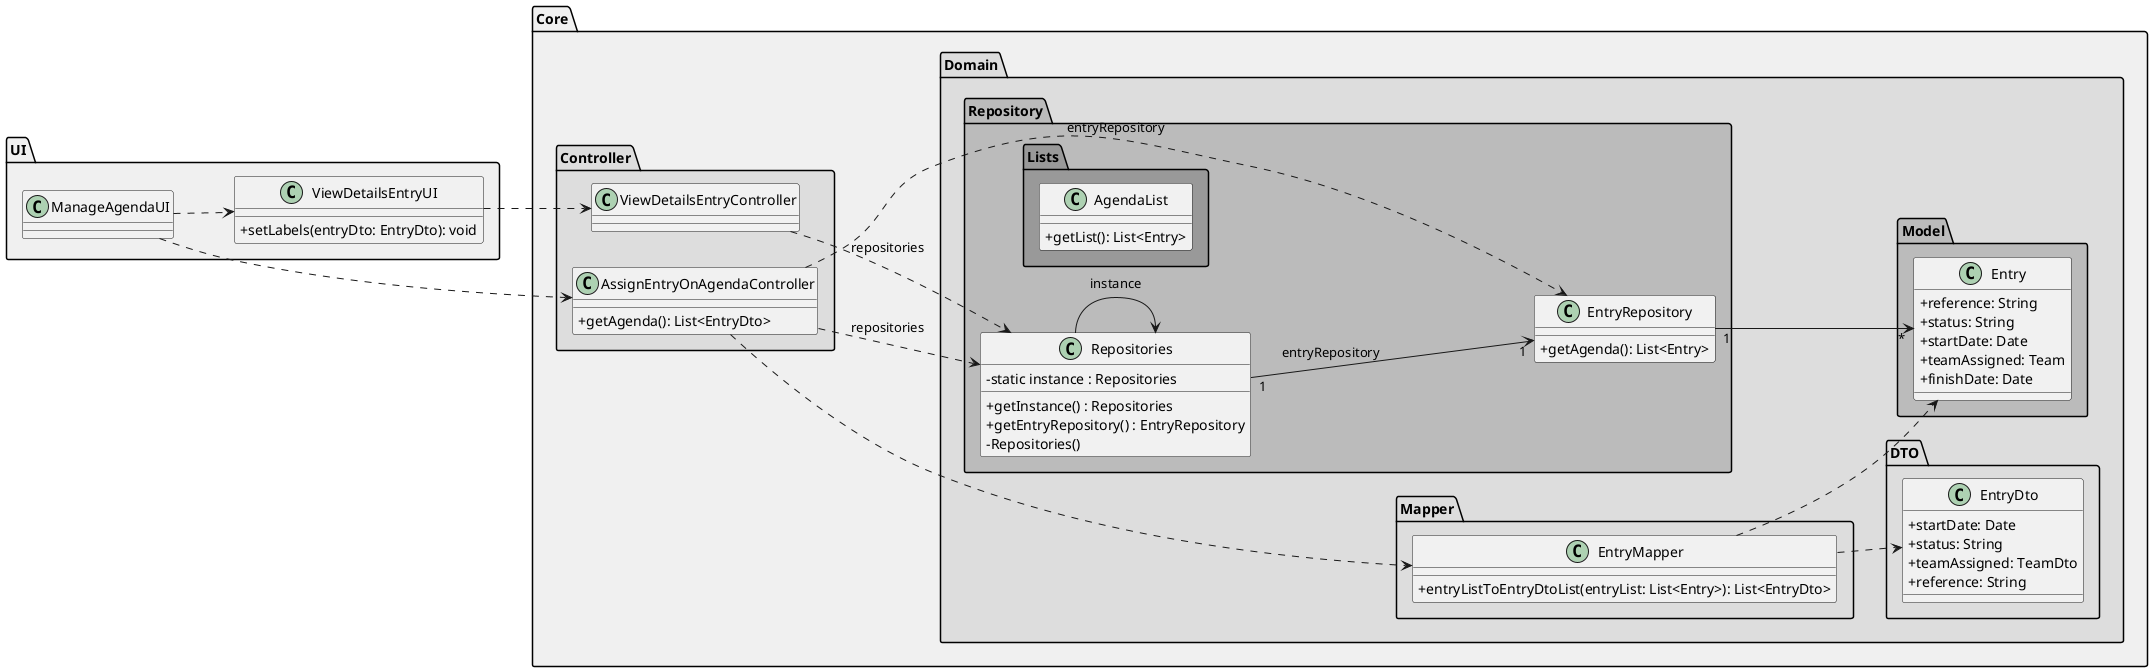
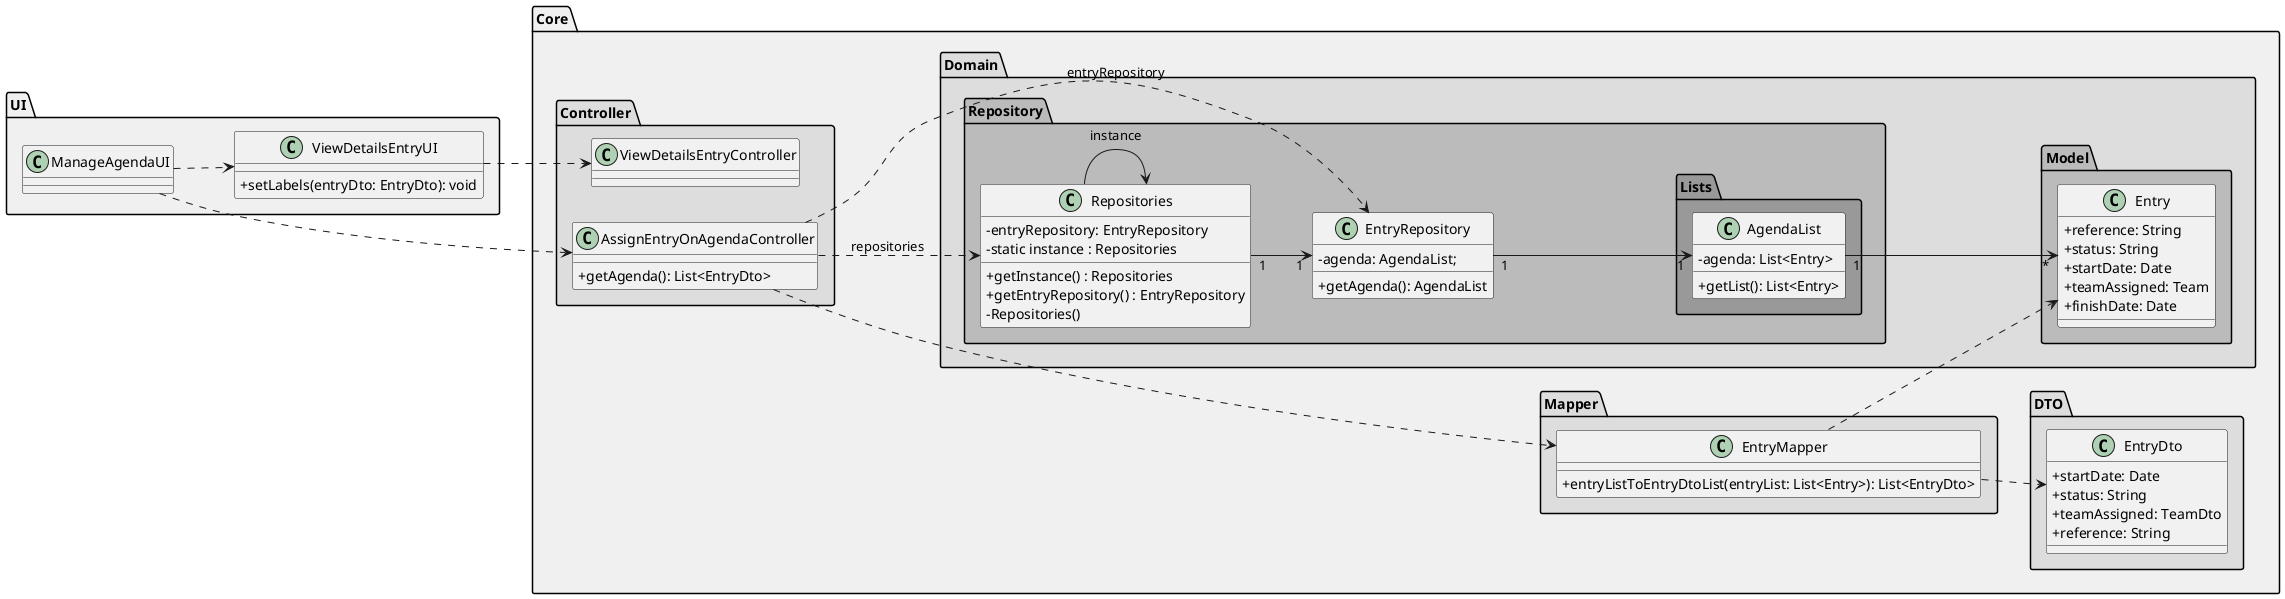
@startuml
skinparam shadowing false
skinparam classAttributeIconSize 0

left to right direction

package "UI" #f0f0f0{
    class ManageAgendaUI {
    }

    class ViewDetailsEntryUI {
        +setLabels(entryDto: EntryDto): void
    }

-     ManageAgendaUI ..> ViewDetailsEntryUI
+ 
}
package "Core" #f0f0f0{

-     package "Controller" #dddddd{
- 
-         class ViewDetailsEntryController {
-         }
- 
-         ViewDetailsEntryUI ..>  ViewDetailsEntryController
- 
- 
-         class AssignEntryOnAgendaController {
-             +getAgenda(): List<EntryDto>
-         }
- 
-         ManageAgendaUI ..> AssignEntryOnAgendaController
-     }
- 
-     package "Domain" #dddddd{
- 
- 
-         package "Mapper" #dddddd{
+     package "Mapper" #dddddd{

            class EntryMapper {
                +entryListToEntryDtoList(entryList: List<Entry>): List<EntryDto>
            }
- 
-             AssignEntryOnAgendaController ..> EntryMapper

        }

        package "DTO" #dddddd{

            class EntryDto {
                +startDate: Date
                +status: String
                +teamAssigned: TeamDto
                +reference: String
            }

-             EntryMapper ..> EntryDto
+ 



        }

+     package "Controller" #dddddd{
+ 
+         class ViewDetailsEntryController {
+         }
+ 
+ 
+ 
+ 
+         class AssignEntryOnAgendaController {
+             +getAgenda(): List<EntryDto>
+         }
+ 
+ 
+     }
+ 
+     package "Domain" #dddddd{
+ 
+ 
        package "Repository" #bbbbbb{

            class Repositories {
+                 - entryRepository: EntryRepository
                - static instance : Repositories
                + getInstance() : Repositories
                + getEntryRepository() : EntryRepository
                - Repositories()
            }

-             ViewDetailsEntryController ..> Repositories : repositories
-             AssignEntryOnAgendaController ..> Repositories : repositories

-             Repositories --> Repositories : instance

            class EntryRepository {
-                 +getAgenda(): List<Entry>
+                 -agenda: AgendaList;
+                 +getAgenda(): AgendaList
            }

-             Repositories "1" --> "1" EntryRepository : entryRepository
-             AssignEntryOnAgendaController ..> EntryRepository : entryRepository
+ 


            package "Lists" #999{
                class AgendaList {
+                     - agenda: List<Entry>
                    +getList(): List<Entry>
                }
            }
+ 
+ 
        }

        package "Model" #bbbbbb{

            class Entry {
                +reference: String
                +status: String
                +startDate: Date
                +teamAssigned: Team
                +finishDate: Date
            }

-             EntryRepository "1" --> "*" Entry
-             EntryMapper  ..> Entry
+ 

        }



    }
}

+ ManageAgendaUI ..> AssignEntryOnAgendaController
+ AssignEntryOnAgendaController ..> Repositories : repositories
+ AssignEntryOnAgendaController ..> EntryRepository : entryRepository
+ EntryRepository "1" --> "1" AgendaList
+ AssignEntryOnAgendaController ..> EntryMapper
+ EntryMapper ..> EntryDto
+ ManageAgendaUI ..> ViewDetailsEntryUI
+ ViewDetailsEntryUI ..>  ViewDetailsEntryController
+ AgendaList "1" --> "*" Entry
+ EntryMapper  ..> Entry
+ 
+ 
+ Repositories --> Repositories : instance
+ Repositories  "1" --> "1" EntryRepository
+ 
+ 
@enduml
